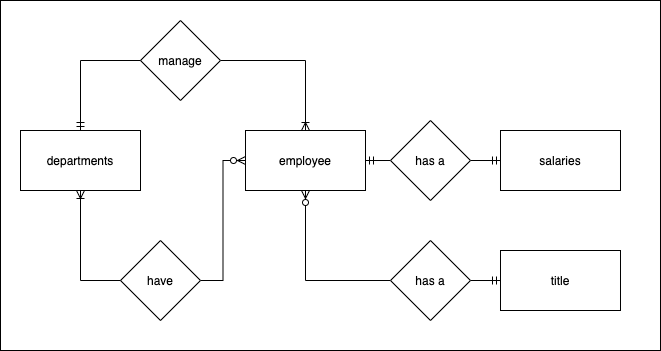
The draw.io diagram images/conceptual-ERD.png in Simon-Xu-Lan/sql-challenge, before a commit. Source tidied: cells renumbered, new cells last; positions are measured from the earlier drawing's top-left corner, leaving out a move shared by most shapes.
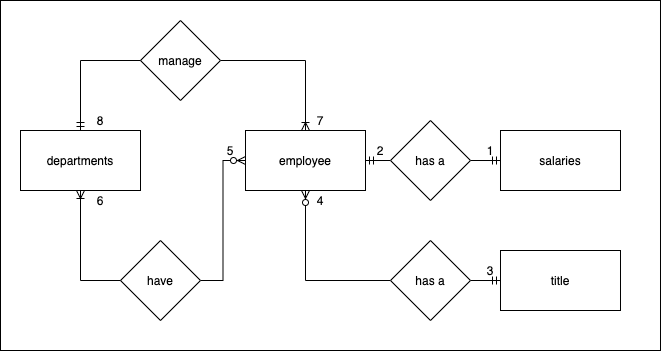
Above is the later version.

Commit message:
update conceptal design section

The edit, as a diff of the source:
```diff
@@ -67,5 +67,29 @@
     <mxCell id="18" value="manage" style="rhombus;whiteSpace=wrap;html=1;" parent="1" vertex="1">
       <mxGeometry x="140" y="20" width="80" height="80" as="geometry" />
     </mxCell>
+    <mxCell id="19" value="1" style="text;html=1;strokeColor=none;fillColor=none;align=center;verticalAlign=middle;whiteSpace=wrap;rounded=0;" parent="1" vertex="1">
+      <mxGeometry x="470" y="140" width="40" height="20" as="geometry" />
+    </mxCell>
+    <mxCell id="20" value="2" style="text;html=1;strokeColor=none;fillColor=none;align=center;verticalAlign=middle;whiteSpace=wrap;rounded=0;" parent="1" vertex="1">
+      <mxGeometry x="360" y="140" width="40" height="20" as="geometry" />
+    </mxCell>
+    <mxCell id="21" value="3" style="text;html=1;strokeColor=none;fillColor=none;align=center;verticalAlign=middle;whiteSpace=wrap;rounded=0;" parent="1" vertex="1">
+      <mxGeometry x="470" y="260" width="40" height="20" as="geometry" />
+    </mxCell>
+    <mxCell id="22" value="4" style="text;html=1;strokeColor=none;fillColor=none;align=center;verticalAlign=middle;whiteSpace=wrap;rounded=0;" parent="1" vertex="1">
+      <mxGeometry x="300" y="190" width="40" height="20" as="geometry" />
+    </mxCell>
+    <mxCell id="23" value="5" style="text;html=1;strokeColor=none;fillColor=none;align=center;verticalAlign=middle;whiteSpace=wrap;rounded=0;" parent="1" vertex="1">
+      <mxGeometry x="210" y="140" width="40" height="20" as="geometry" />
+    </mxCell>
+    <mxCell id="24" value="6" style="text;html=1;strokeColor=none;fillColor=none;align=center;verticalAlign=middle;whiteSpace=wrap;rounded=0;" parent="1" vertex="1">
+      <mxGeometry x="80" y="190" width="40" height="20" as="geometry" />
+    </mxCell>
+    <mxCell id="25" value="7" style="text;html=1;strokeColor=none;fillColor=none;align=center;verticalAlign=middle;whiteSpace=wrap;rounded=0;" parent="1" vertex="1">
+      <mxGeometry x="300" y="110" width="40" height="20" as="geometry" />
+    </mxCell>
+    <mxCell id="26" value="8" style="text;html=1;strokeColor=none;fillColor=none;align=center;verticalAlign=middle;whiteSpace=wrap;rounded=0;" parent="1" vertex="1">
+      <mxGeometry x="80" y="110" width="40" height="20" as="geometry" />
+    </mxCell>
   </root>
 </mxGraphModel>
```
